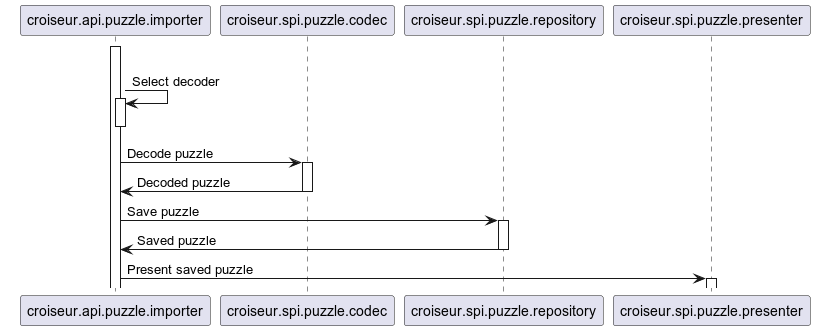
Before: doc/reference/puml/sequence/image/output/import-puzzle-cli.png, a diagram exported from PlantUML (super7ramp/croiseur).
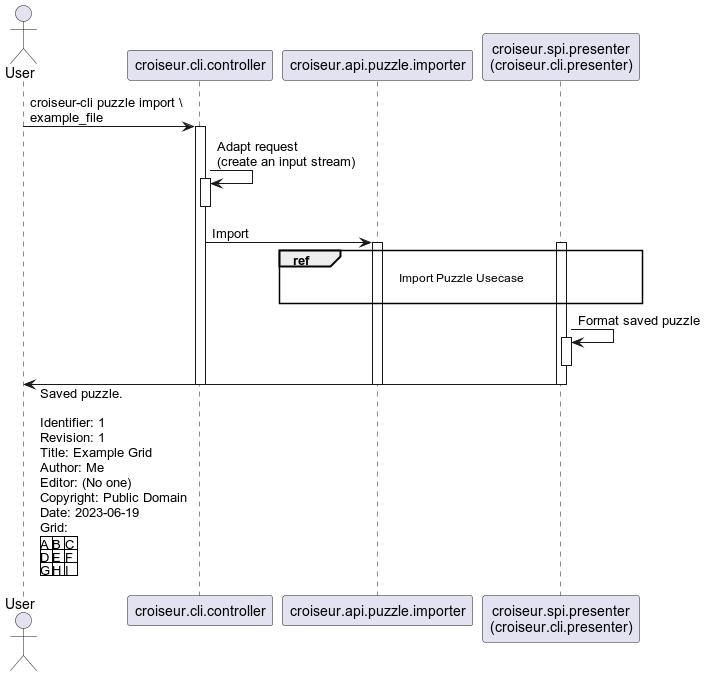
After the change.

Commit message:
doc: Fix sequence diagram inversion

Diff of the diagram source:
```diff
@@ -1,25 +1,28 @@
 @startuml
-group Import Puzzle Usecase
+skinparam responseMessageBelowArrow true
+
+actor User
+participant croiseur.cli.controller
 participant croiseur.api.puzzle.importer
-participant croiseur.spi.puzzle.codec
-participant croiseur.spi.puzzle.repository
-participant croiseur.spi.puzzle.presenter
+participant "croiseur.spi.presenter\n(croiseur.cli.presenter)" as croiseur.spi.presenter
+
+User -> croiseur.cli.controller : croiseur-cli puzzle import \\\nexample_file
+activate croiseur.cli.controller
+croiseur.cli.controller -> croiseur.cli.controller : Adapt request\n(create an input stream)
+activate croiseur.cli.controller
+deactivate croiseur.cli.controller
+croiseur.cli.controller -> croiseur.api.puzzle.importer : Import
 
 activate croiseur.api.puzzle.importer
-croiseur.api.puzzle.importer -> croiseur.api.puzzle.importer : Select decoder
-activate croiseur.api.puzzle.importer
+activate croiseur.spi.presenter
+ref over croiseur.api.puzzle.importer, croiseur.spi.presenter : Import Puzzle Usecase\n
+croiseur.spi.presenter -> croiseur.spi.presenter : Format saved puzzle
+activate croiseur.spi.presenter
+deactivate croiseur.spi.presenter
+
+croiseur.spi.presenter -> User : Saved puzzle.\n\nIdentifier: 1\nRevision: 1\nTitle: Example Grid\nAuthor: Me\nEditor: (No one)\nCopyright: Public Domain\nDate: 2023-06-19\nGrid:\n|A|B|C|\n|D|E|F|\n|G|H|I|
+
+deactivate croiseur.spi.presenter
 deactivate croiseur.api.puzzle.importer
-
-croiseur.api.puzzle.importer -> croiseur.spi.puzzle.codec : Decode puzzle
-activate croiseur.spi.puzzle.codec
-croiseur.spi.puzzle.codec -> croiseur.api.puzzle.importer : Decoded puzzle
-deactivate croiseur.spi.puzzle.codec
-
-croiseur.api.puzzle.importer -> croiseur.spi.puzzle.repository : Save puzzle
-activate croiseur.spi.puzzle.repository
-croiseur.spi.puzzle.repository -> croiseur.api.puzzle.importer : Saved puzzle
-deactivate croiseur.spi.puzzle.repository
-
-croiseur.api.puzzle.importer -> croiseur.spi.puzzle.presenter : Present saved puzzle
-activate croiseur.spi.puzzle.presenter
+deactivate croiseur.cli.controller
 @enduml
```
